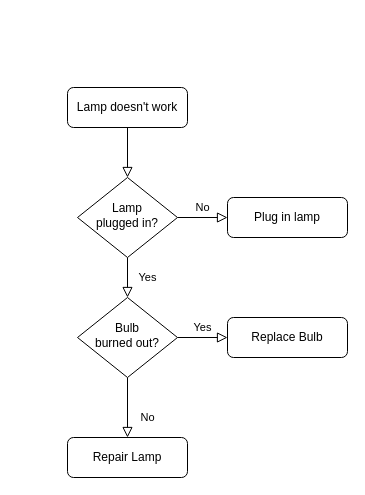
Before: Untitled Diagram.drawio in steno97/HLS, a draw.io diagram. Source tidied: cells renumbered, new cells numbered last; positions are measured from the earlier drawing's top-left corner, leaving out a move shared by most shapes. Both pictures are drawn from the tidied source at 100%, with x=0, y=0 at pixel (67, 87).
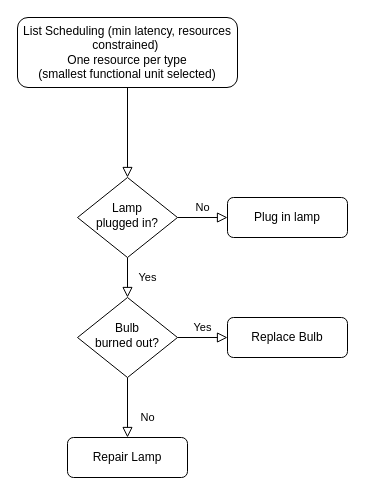
Above is the later version.

Diff of the diagram source:
```diff
@@
 <mxGraphModel>
   <root>
     <mxCell id="0" />
     <mxCell id="1" parent="0" />
     <mxCell id="2" style="rounded=0;html=1;jettySize=auto;fontSize=11;endArrow=block;endFill=0;endSize=8;strokeWidth=1;shadow=0;labelBackgroundColor=none;edgeStyle=orthogonalEdgeStyle;" parent="1" edge="1" source="3" target="6">
       <mxGeometry relative="1" as="geometry" />
     </mxCell>
-    <mxCell id="3" value="Lamp doesn't work" style="rounded=1;whiteSpace=wrap;html=1;fontSize=12;glass=0;strokeWidth=1;shadow=0;" parent="1" vertex="1">
-      <mxGeometry width="120" height="40" as="geometry" />
+    <mxCell id="3" value="List Scheduling (min latency, resources constrained)&amp;nbsp;&lt;br&gt;One resource per type &lt;br&gt;(smallest functional unit selected)" style="rounded=1;whiteSpace=wrap;html=1;fontSize=12;glass=0;strokeWidth=1;shadow=0;" parent="1" vertex="1">
+      <mxGeometry x="-50" y="-70" width="220" height="70" as="geometry" />
     </mxCell>
     <mxCell id="4" value="Yes" style="rounded=0;html=1;jettySize=auto;fontSize=11;endArrow=block;endFill=0;endSize=8;strokeWidth=1;shadow=0;labelBackgroundColor=none;edgeStyle=orthogonalEdgeStyle;" parent="1" edge="1" source="6" target="10">
       <mxGeometry y="20" relative="1" as="geometry" />
     </mxCell>
     <mxCell id="5" value="No" style="edgeStyle=orthogonalEdgeStyle;rounded=0;html=1;jettySize=auto;fontSize=11;endArrow=block;endFill=0;endSize=8;strokeWidth=1;shadow=0;labelBackgroundColor=none;" parent="1" edge="1" source="6" target="7">
       <mxGeometry y="10" relative="1" as="geometry" />
     </mxCell>
     <mxCell id="6" value="Lamp&lt;br&gt;plugged in?" style="rhombus;whiteSpace=wrap;html=1;shadow=0;fontFamily=Helvetica;fontSize=12;align=center;strokeWidth=1;spacing=6;spacingTop=-4;" parent="1" vertex="1">
       <mxGeometry x="10" y="90" width="100" height="80" as="geometry" />
     </mxCell>
     <mxCell id="7" value="Plug in lamp" style="rounded=1;whiteSpace=wrap;html=1;fontSize=12;glass=0;strokeWidth=1;shadow=0;" parent="1" vertex="1">
       <mxGeometry x="160" y="110" width="120" height="40" as="geometry" />
     </mxCell>
     <mxCell id="8" value="No" style="rounded=0;html=1;jettySize=auto;fontSize=11;endArrow=block;endFill=0;endSize=8;strokeWidth=1;shadow=0;labelBackgroundColor=none;edgeStyle=orthogonalEdgeStyle;" parent="1" edge="1" source="10" target="11">
       <mxGeometry x="0.33" y="20" relative="1" as="geometry" />
     </mxCell>
     <mxCell id="9" value="Yes" style="edgeStyle=orthogonalEdgeStyle;rounded=0;html=1;jettySize=auto;fontSize=11;endArrow=block;endFill=0;endSize=8;strokeWidth=1;shadow=0;labelBackgroundColor=none;" parent="1" edge="1" source="10" target="12">
       <mxGeometry y="10" relative="1" as="geometry" />
     </mxCell>
     <mxCell id="10" value="Bulb&lt;br&gt;burned out?" style="rhombus;whiteSpace=wrap;html=1;shadow=0;fontFamily=Helvetica;fontSize=12;align=center;strokeWidth=1;spacing=6;spacingTop=-4;" parent="1" vertex="1">
       <mxGeometry x="10" y="210" width="100" height="80" as="geometry" />
     </mxCell>
     <mxCell id="11" value="Repair Lamp" style="rounded=1;whiteSpace=wrap;html=1;fontSize=12;glass=0;strokeWidth=1;shadow=0;" parent="1" vertex="1">
       <mxGeometry y="350" width="120" height="40" as="geometry" />
     </mxCell>
     <mxCell id="12" value="Replace Bulb" style="rounded=1;whiteSpace=wrap;html=1;fontSize=12;glass=0;strokeWidth=1;shadow=0;" parent="1" vertex="1">
       <mxGeometry x="160" y="230" width="120" height="40" as="geometry" />
     </mxCell>
   </root>
 </mxGraphModel>
```
